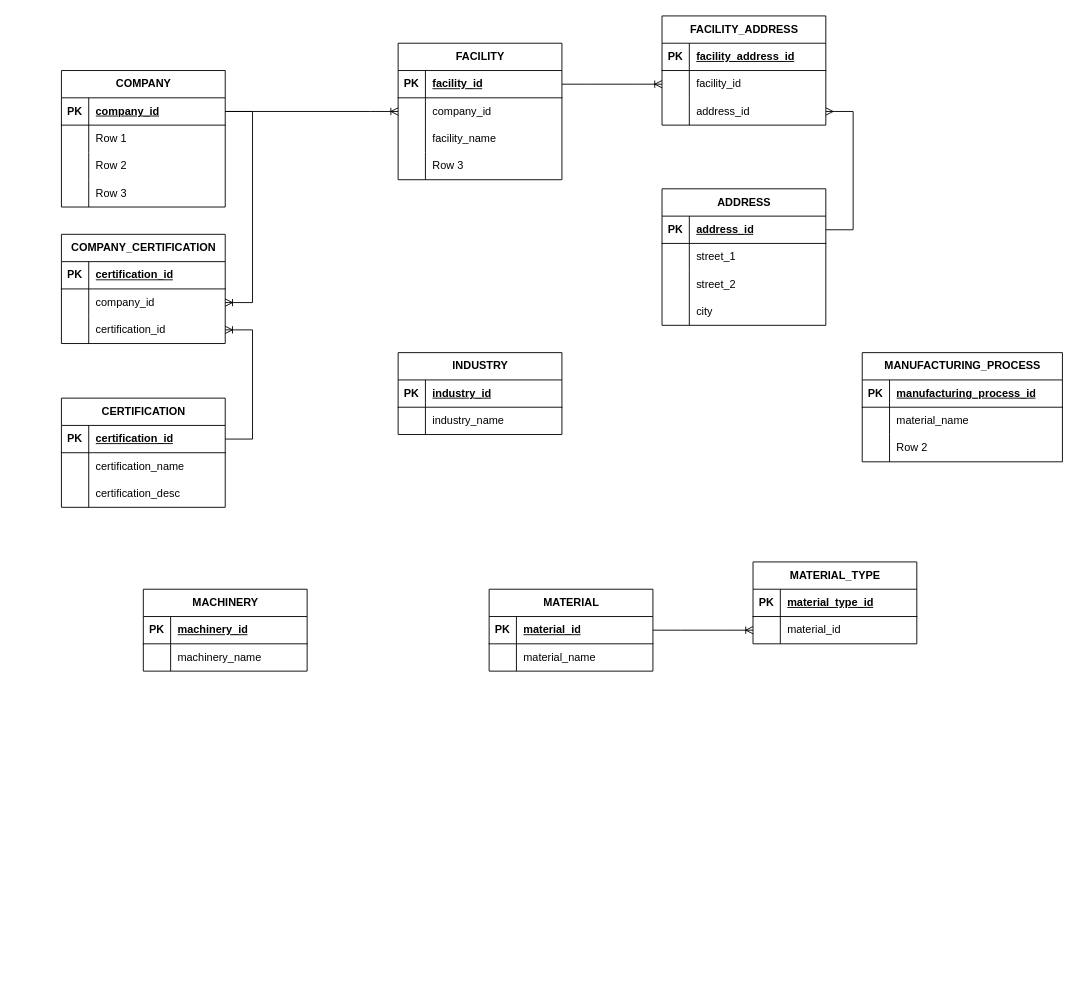
MFR-org/infrastructure-docs keeps this draw.io diagram as DB.drawio. Above is the earlier version. Source tidied: cells renumbered, new cells numbered last; positions are measured from the earlier drawing's top-left corner, leaving out a move shared by most shapes. Both pictures are drawn from the tidied source at 91%, with x=0, y=0 at pixel (61, 15).
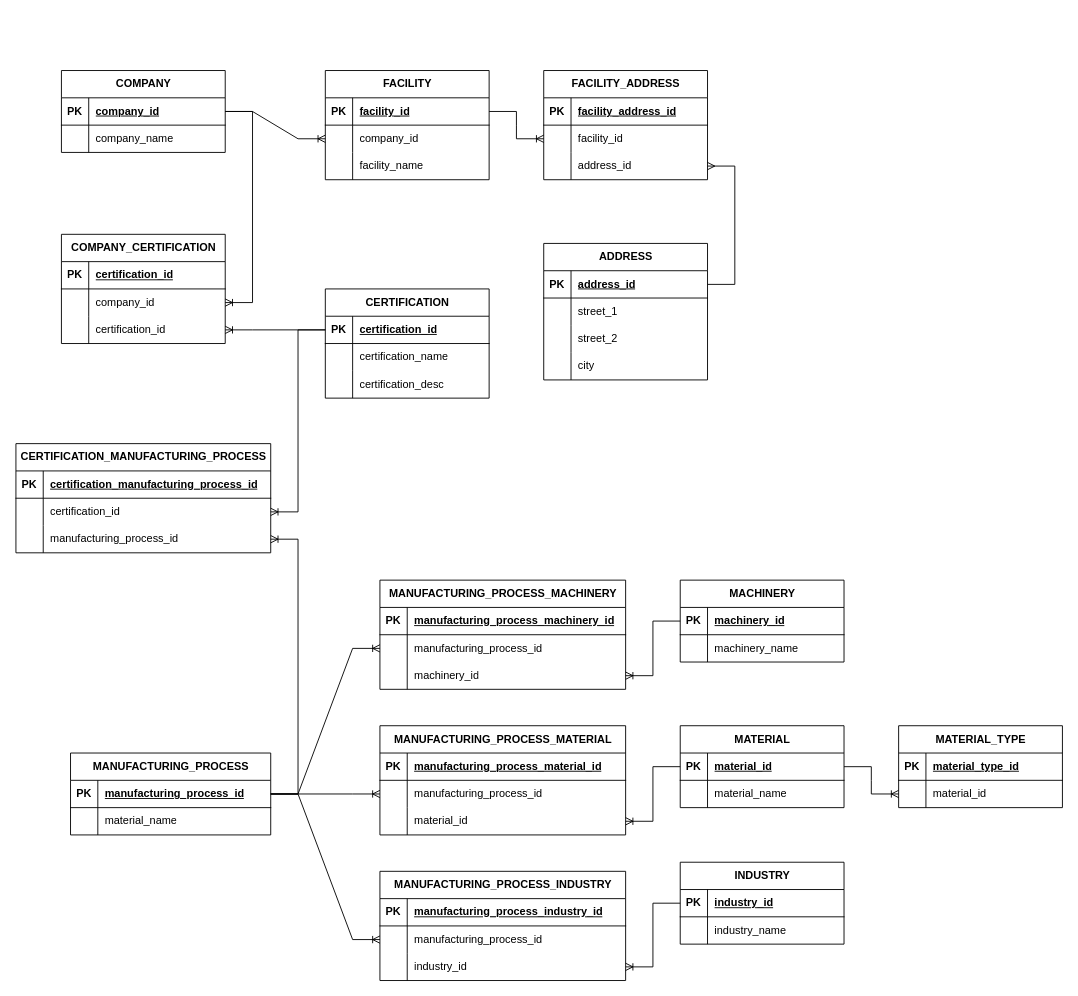
The same page after the edit.

Unchanged cells that the change refers to:
```xml
<mxCell id="6" style="shape=tableRow;horizontal=0;startSize=0;swimlaneHead=0;swimlaneBody=0;fillColor=none;top=0;left=0;right=0;bottom=0;" parent="2" vertex="1">
  <mxGeometry y="60" width="180" height="30" as="geometry" />
</mxCell>
<mxCell id="30" style="shape=tableRow;horizontal=0;startSize=0;swimlaneHead=0;swimlaneBody=0;fillColor=none;points=[[0,0.5],[1,0.5]];portConstraint=eastwest;top=0;left=0;right=0;bottom=1;" parent="29" vertex="1">
  <mxGeometry y="30" width="180" height="30" as="geometry" />
</mxCell>
<mxCell id="37" style="shape=tableRow;horizontal=0;startSize=0;swimlaneHead=0;swimlaneBody=0;fillColor=none;points=[[0,0.5],[1,0.5]];portConstraint=eastwest;top=0;left=0;right=0;bottom=1;" parent="36" vertex="1">
  <mxGeometry y="30" width="180" height="30" as="geometry" />
</mxCell>
<mxCell id="44" style="shape=tableRow;horizontal=0;startSize=0;swimlaneHead=0;swimlaneBody=0;fillColor=none;points=[[0,0.5],[1,0.5]];portConstraint=eastwest;top=0;left=0;right=0;bottom=1;" parent="43" vertex="1">
  <mxGeometry y="30" width="180" height="30" as="geometry" />
</mxCell>
<mxCell id="51" style="shape=tableRow;horizontal=0;startSize=0;swimlaneHead=0;swimlaneBody=0;fillColor=none;points=[[0,0.5],[1,0.5]];portConstraint=eastwest;top=0;left=0;right=0;bottom=1;" parent="50" vertex="1">
  <mxGeometry y="30" width="180" height="30" as="geometry" />
</mxCell>
<mxCell id="67" style="shape=tableRow;horizontal=0;startSize=0;swimlaneHead=0;swimlaneBody=0;fillColor=none;points=[[0,0.5],[1,0.5]];portConstraint=eastwest;top=0;left=0;right=0;bottom=0;" parent="60" vertex="1">
  <mxGeometry y="90" width="180" height="30" as="geometry" />
</mxCell>
<mxCell id="98" style="shape=tableRow;horizontal=0;startSize=0;swimlaneHead=0;swimlaneBody=0;fillColor=none;points=[[0,0.5],[1,0.5]];portConstraint=eastwest;top=0;left=0;right=0;bottom=1;" parent="97" vertex="1">
  <mxGeometry y="30" width="220" height="30" as="geometry" />
</mxCell>
```

The edit, as a diff of the source:
```diff
@@
     <mxCell id="2" value="COMPANY" style="shape=table;startSize=30;childLayout=tableLayout;rowLines=0;fontStyle=1;align=center;html=1;" parent="1" vertex="1">
-      <mxGeometry y="60" width="180" height="150" as="geometry" />
+      <mxGeometry y="60" width="180" height="90" as="geometry" />
     </mxCell>
@@
-    <mxCell id="8" value="Row 1" style="shape=partialRectangle;fillColor=none;top=0;left=0;bottom=0;right=0;align=left;spacingLeft=6;overflow=hidden;whiteSpace=wrap;html=1;" parent="6" vertex="1">
+    <mxCell id="8" value="company_name" style="shape=partialRectangle;fillColor=none;top=0;left=0;bottom=0;right=0;align=left;spacingLeft=6;overflow=hidden;whiteSpace=wrap;html=1;" parent="6" vertex="1">
       <mxGeometry x="30" width="150" height="30" as="geometry" />
     </mxCell>
-    <mxCell id="9" style="shape=tableRow;horizontal=0;startSize=0;swimlaneHead=0;swimlaneBody=0;fillColor=none;top=0;left=0;right=0;bottom=0;" parent="2" vertex="1">
-      <mxGeometry y="90" width="180" height="30" as="geometry" />
-    </mxCell>
-    <mxCell id="10" style="shape=partialRectangle;fillColor=none;top=0;left=0;bottom=0;right=0;overflow=hidden;whiteSpace=wrap;html=1;" parent="9" vertex="1">
-      <mxGeometry width="30" height="30" as="geometry" />
-    </mxCell>
-    <mxCell id="11" value="Row 2" style="shape=partialRectangle;fillColor=none;top=0;left=0;bottom=0;right=0;align=left;spacingLeft=6;overflow=hidden;whiteSpace=wrap;html=1;" parent="9" vertex="1">
-      <mxGeometry x="30" width="150" height="30" as="geometry" />
-    </mxCell>
-    <mxCell id="12" style="shape=tableRow;horizontal=0;startSize=0;swimlaneHead=0;swimlaneBody=0;fillColor=none;top=0;left=0;right=0;bottom=0;" parent="2" vertex="1">
-      <mxGeometry y="120" width="180" height="30" as="geometry" />
-    </mxCell>
-    <mxCell id="13" style="shape=partialRectangle;fillColor=none;top=0;left=0;bottom=0;right=0;overflow=hidden;whiteSpace=wrap;html=1;" parent="12" vertex="1">
-      <mxGeometry width="30" height="30" as="geometry" />
-    </mxCell>
-    <mxCell id="14" value="Row 3" style="shape=partialRectangle;fillColor=none;top=0;left=0;bottom=0;right=0;align=left;spacingLeft=6;overflow=hidden;whiteSpace=wrap;html=1;" parent="12" vertex="1">
-      <mxGeometry x="30" width="150" height="30" as="geometry" />
-    </mxCell>
     <mxCell id="15" value="FACILITY" style="shape=table;startSize=30;childLayout=tableLayout;rowLines=0;fontStyle=1;align=center;html=1;" parent="1" vertex="1">
-      <mxGeometry x="370" y="30" width="180" height="150" as="geometry" />
+      <mxGeometry x="290" y="60" width="180" height="120" as="geometry" />
     </mxCell>
@@
-    <mxCell id="25" style="shape=tableRow;horizontal=0;startSize=0;swimlaneHead=0;swimlaneBody=0;fillColor=none;top=0;left=0;right=0;bottom=0;" parent="15" vertex="1">
-      <mxGeometry y="120" width="180" height="30" as="geometry" />
-    </mxCell>
-    <mxCell id="26" style="shape=partialRectangle;fillColor=none;top=0;left=0;bottom=0;right=0;overflow=hidden;whiteSpace=wrap;html=1;" parent="25" vertex="1">
-      <mxGeometry width="30" height="30" as="geometry" />
-    </mxCell>
-    <mxCell id="27" value="Row 3" style="shape=partialRectangle;fillColor=none;top=0;left=0;bottom=0;right=0;align=left;spacingLeft=6;overflow=hidden;whiteSpace=wrap;html=1;" parent="25" vertex="1">
-      <mxGeometry x="30" width="150" height="30" as="geometry" />
-    </mxCell>
@@
     <mxCell id="29" value="INDUSTRY" style="shape=table;startSize=30;childLayout=tableLayout;rowLines=0;fontStyle=1;align=center;html=1;" parent="1" vertex="1">
-      <mxGeometry x="370" y="370" width="180" height="90" as="geometry" />
+      <mxGeometry x="680" y="930" width="180" height="90" as="geometry" />
     </mxCell>
@@
     <mxCell id="36" value="MATERIAL" style="shape=table;startSize=30;childLayout=tableLayout;rowLines=0;fontStyle=1;align=center;html=1;" parent="1" vertex="1">
-      <mxGeometry x="470" y="630" width="180" height="90" as="geometry" />
+      <mxGeometry x="680" y="780" width="180" height="90" as="geometry" />
     </mxCell>
@@
     <mxCell id="43" value="MACHINERY" style="shape=table;startSize=30;childLayout=tableLayout;rowLines=0;fontStyle=1;align=center;html=1;" parent="1" vertex="1">
-      <mxGeometry x="90" y="630" width="180" height="90" as="geometry" />
+      <mxGeometry x="680" y="620" width="180" height="90" as="geometry" />
     </mxCell>
@@
     <mxCell id="50" value="CERTIFICATION" style="shape=table;startSize=30;childLayout=tableLayout;rowLines=0;fontStyle=1;align=center;html=1;" parent="1" vertex="1">
-      <mxGeometry y="420" width="180" height="120" as="geometry" />
+      <mxGeometry x="290" y="300" width="180" height="120" as="geometry" />
     </mxCell>
@@
-    <mxCell id="71" style="edgeStyle=entityRelationEdgeStyle;fontSize=12;html=1;endArrow=ERoneToMany;rounded=0;exitX=1;exitY=0.5;exitDx=0;exitDy=0;entryX=1;entryY=0.5;entryDx=0;entryDy=0;" parent="1" edge="1" source="51" target="67">
+    <mxCell id="71" style="edgeStyle=entityRelationEdgeStyle;fontSize=12;html=1;endArrow=ERoneToMany;rounded=0;exitX=0;exitY=0.5;exitDx=0;exitDy=0;entryX=1;entryY=0.5;entryDx=0;entryDy=0;" parent="1" edge="1" source="51" target="67">
       <mxGeometry relative="1" as="geometry" />
     </mxCell>
     <mxCell id="72" value="ADDRESS" style="shape=table;startSize=30;childLayout=tableLayout;rowLines=0;fontStyle=1;align=center;html=1;" parent="1" vertex="1">
-      <mxGeometry x="660" y="190" width="180" height="150" as="geometry" />
+      <mxGeometry x="530" y="250" width="180" height="150" as="geometry" />
     </mxCell>
@@
     <mxCell id="85" value="FACILITY_ADDRESS" style="shape=table;startSize=30;childLayout=tableLayout;rowLines=0;fontStyle=1;align=center;html=1;" parent="1" vertex="1">
-      <mxGeometry x="660" width="180" height="120" as="geometry" />
+      <mxGeometry x="530" y="60" width="180" height="120" as="geometry" />
     </mxCell>
@@
     <mxCell id="97" value="MANUFACTURING_PROCESS" style="shape=table;startSize=30;childLayout=tableLayout;rowLines=0;fontStyle=1;align=center;html=1;" parent="1" vertex="1">
-      <mxGeometry x="880" y="370" width="220" height="120" as="geometry" />
+      <mxGeometry x="10" y="810" width="220" height="90" as="geometry" />
     </mxCell>
@@
-    <mxCell id="104" style="shape=tableRow;horizontal=0;startSize=0;swimlaneHead=0;swimlaneBody=0;fillColor=none;top=0;left=0;right=0;bottom=0;" parent="97" vertex="1">
-      <mxGeometry y="90" width="220" height="30" as="geometry" />
-    </mxCell>
-    <mxCell id="105" style="shape=partialRectangle;fillColor=none;top=0;left=0;bottom=0;right=0;overflow=hidden;whiteSpace=wrap;html=1;" parent="104" vertex="1">
-      <mxGeometry width="30" height="30" as="geometry" />
-    </mxCell>
-    <mxCell id="106" value="Row 2" style="shape=partialRectangle;fillColor=none;top=0;left=0;bottom=0;right=0;align=left;spacingLeft=6;overflow=hidden;whiteSpace=wrap;html=1;" parent="104" vertex="1">
-      <mxGeometry x="30" width="190" height="30" as="geometry" />
-    </mxCell>
     <mxCell id="107" value="MATERIAL_TYPE" style="shape=table;startSize=30;childLayout=tableLayout;rowLines=0;fontStyle=1;align=center;html=1;" parent="1" vertex="1">
-      <mxGeometry x="760" y="600" width="180" height="90" as="geometry" />
+      <mxGeometry x="920" y="780" width="180" height="90" as="geometry" />
     </mxCell>
@@
+    <mxCell id="115" value="MANUFACTURING_PROCESS_MATERIAL" style="shape=table;startSize=30;childLayout=tableLayout;rowLines=0;fontStyle=1;align=center;html=1;" parent="1" vertex="1">
+      <mxGeometry x="350" y="780" width="270" height="120" as="geometry" />
+    </mxCell>
+    <mxCell id="116" style="shape=tableRow;horizontal=0;startSize=0;swimlaneHead=0;swimlaneBody=0;fillColor=none;top=0;left=0;right=0;bottom=1;" parent="115" vertex="1">
+      <mxGeometry y="30" width="270" height="30" as="geometry" />
+    </mxCell>
+    <mxCell id="117" value="PK" style="shape=partialRectangle;fillColor=none;top=0;left=0;bottom=0;right=0;fontStyle=1;overflow=hidden;whiteSpace=wrap;html=1;" parent="116" vertex="1">
+      <mxGeometry width="30" height="30" as="geometry" />
+    </mxCell>
+    <mxCell id="118" value="manufacturing_process_material_id" style="shape=partialRectangle;fillColor=none;top=0;left=0;bottom=0;right=0;align=left;spacingLeft=6;fontStyle=5;overflow=hidden;whiteSpace=wrap;html=1;" parent="116" vertex="1">
+      <mxGeometry x="30" width="240" height="30" as="geometry" />
+    </mxCell>
+    <mxCell id="119" style="shape=tableRow;horizontal=0;startSize=0;swimlaneHead=0;swimlaneBody=0;fillColor=none;points=[[0,0.5],[1,0.5]];portConstraint=eastwest;top=0;left=0;right=0;bottom=0;" parent="115" vertex="1">
+      <mxGeometry y="60" width="270" height="30" as="geometry" />
+    </mxCell>
+    <mxCell id="120" style="shape=partialRectangle;fillColor=none;top=0;left=0;bottom=0;right=0;overflow=hidden;whiteSpace=wrap;html=1;" parent="119" vertex="1">
+      <mxGeometry width="30" height="30" as="geometry" />
+    </mxCell>
+    <mxCell id="121" value="manufacturing_process_id" style="shape=partialRectangle;fillColor=none;top=0;left=0;bottom=0;right=0;align=left;spacingLeft=6;overflow=hidden;whiteSpace=wrap;html=1;" parent="119" vertex="1">
+      <mxGeometry x="30" width="240" height="30" as="geometry" />
+    </mxCell>
+    <mxCell id="122" style="shape=tableRow;horizontal=0;startSize=0;swimlaneHead=0;swimlaneBody=0;fillColor=none;points=[[0,0.5],[1,0.5]];portConstraint=eastwest;top=0;left=0;right=0;bottom=0;" parent="115" vertex="1">
+      <mxGeometry y="90" width="270" height="30" as="geometry" />
+    </mxCell>
+    <mxCell id="123" style="shape=partialRectangle;fillColor=none;top=0;left=0;bottom=0;right=0;overflow=hidden;whiteSpace=wrap;html=1;" parent="122" vertex="1">
+      <mxGeometry width="30" height="30" as="geometry" />
+    </mxCell>
+    <mxCell id="124" value="material_id" style="shape=partialRectangle;fillColor=none;top=0;left=0;bottom=0;right=0;align=left;spacingLeft=6;overflow=hidden;whiteSpace=wrap;html=1;" parent="122" vertex="1">
+      <mxGeometry x="30" width="240" height="30" as="geometry" />
+    </mxCell>
+    <mxCell id="125" style="edgeStyle=entityRelationEdgeStyle;fontSize=12;html=1;endArrow=ERoneToMany;rounded=0;exitX=1;exitY=0.5;exitDx=0;exitDy=0;entryX=0;entryY=0.5;entryDx=0;entryDy=0;" parent="1" edge="1" source="98" target="119">
+      <mxGeometry relative="1" as="geometry" />
+    </mxCell>
+    <mxCell id="126" style="edgeStyle=entityRelationEdgeStyle;fontSize=12;html=1;endArrow=ERoneToMany;rounded=0;exitX=0;exitY=0.5;exitDx=0;exitDy=0;entryX=1;entryY=0.5;entryDx=0;entryDy=0;" parent="1" edge="1" source="37" target="122">
+      <mxGeometry relative="1" as="geometry" />
+    </mxCell>
+    <mxCell id="127" value="MANUFACTURING_PROCESS_INDUSTRY" style="shape=table;startSize=30;childLayout=tableLayout;rowLines=0;fontStyle=1;align=center;html=1;" parent="1" vertex="1">
+      <mxGeometry x="350" y="940" width="270" height="120" as="geometry" />
+    </mxCell>
+    <mxCell id="128" style="shape=tableRow;horizontal=0;startSize=0;swimlaneHead=0;swimlaneBody=0;fillColor=none;top=0;left=0;right=0;bottom=1;" parent="127" vertex="1">
+      <mxGeometry y="30" width="270" height="30" as="geometry" />
+    </mxCell>
+    <mxCell id="129" value="PK" style="shape=partialRectangle;fillColor=none;top=0;left=0;bottom=0;right=0;fontStyle=1;overflow=hidden;whiteSpace=wrap;html=1;" parent="128" vertex="1">
+      <mxGeometry width="30" height="30" as="geometry" />
+    </mxCell>
+    <mxCell id="130" value="manufacturing_process_industry_id" style="shape=partialRectangle;fillColor=none;top=0;left=0;bottom=0;right=0;align=left;spacingLeft=6;fontStyle=5;overflow=hidden;whiteSpace=wrap;html=1;" parent="128" vertex="1">
+      <mxGeometry x="30" width="240" height="30" as="geometry" />
+    </mxCell>
+    <mxCell id="131" style="shape=tableRow;horizontal=0;startSize=0;swimlaneHead=0;swimlaneBody=0;fillColor=none;points=[[0,0.5],[1,0.5]];portConstraint=eastwest;top=0;left=0;right=0;bottom=0;" parent="127" vertex="1">
+      <mxGeometry y="60" width="270" height="30" as="geometry" />
+    </mxCell>
+    <mxCell id="132" style="shape=partialRectangle;fillColor=none;top=0;left=0;bottom=0;right=0;overflow=hidden;whiteSpace=wrap;html=1;" parent="131" vertex="1">
+      <mxGeometry width="30" height="30" as="geometry" />
+    </mxCell>
+    <mxCell id="133" value="manufacturing_process_id" style="shape=partialRectangle;fillColor=none;top=0;left=0;bottom=0;right=0;align=left;spacingLeft=6;overflow=hidden;whiteSpace=wrap;html=1;" parent="131" vertex="1">
+      <mxGeometry x="30" width="240" height="30" as="geometry" />
+    </mxCell>
+    <mxCell id="134" style="shape=tableRow;horizontal=0;startSize=0;swimlaneHead=0;swimlaneBody=0;fillColor=none;points=[[0,0.5],[1,0.5]];portConstraint=eastwest;top=0;left=0;right=0;bottom=0;" parent="127" vertex="1">
+      <mxGeometry y="90" width="270" height="30" as="geometry" />
+    </mxCell>
+    <mxCell id="135" style="shape=partialRectangle;fillColor=none;top=0;left=0;bottom=0;right=0;overflow=hidden;whiteSpace=wrap;html=1;" parent="134" vertex="1">
+      <mxGeometry width="30" height="30" as="geometry" />
+    </mxCell>
+    <mxCell id="136" value="industry_id" style="shape=partialRectangle;fillColor=none;top=0;left=0;bottom=0;right=0;align=left;spacingLeft=6;overflow=hidden;whiteSpace=wrap;html=1;" parent="134" vertex="1">
+      <mxGeometry x="30" width="240" height="30" as="geometry" />
+    </mxCell>
+    <mxCell id="137" style="edgeStyle=entityRelationEdgeStyle;fontSize=12;html=1;endArrow=ERoneToMany;rounded=0;exitX=1;exitY=0.5;exitDx=0;exitDy=0;entryX=0;entryY=0.5;entryDx=0;entryDy=0;" parent="1" edge="1" source="98" target="131">
+      <mxGeometry relative="1" as="geometry" />
+    </mxCell>
+    <mxCell id="138" style="edgeStyle=entityRelationEdgeStyle;fontSize=12;html=1;endArrow=ERoneToMany;rounded=0;exitX=0;exitY=0.5;exitDx=0;exitDy=0;entryX=1;entryY=0.5;entryDx=0;entryDy=0;" parent="1" edge="1" source="30" target="134">
+      <mxGeometry relative="1" as="geometry" />
+    </mxCell>
+    <mxCell id="139" value="MANUFACTURING_PROCESS_MACHINERY" style="shape=table;startSize=30;childLayout=tableLayout;rowLines=0;fontStyle=1;align=center;html=1;" parent="1" vertex="1">
+      <mxGeometry x="350" y="620" width="270" height="120" as="geometry" />
+    </mxCell>
+    <mxCell id="140" style="shape=tableRow;horizontal=0;startSize=0;swimlaneHead=0;swimlaneBody=0;fillColor=none;top=0;left=0;right=0;bottom=1;" parent="139" vertex="1">
+      <mxGeometry y="30" width="270" height="30" as="geometry" />
+    </mxCell>
+    <mxCell id="141" value="PK" style="shape=partialRectangle;fillColor=none;top=0;left=0;bottom=0;right=0;fontStyle=1;overflow=hidden;whiteSpace=wrap;html=1;" parent="140" vertex="1">
+      <mxGeometry width="30" height="30" as="geometry" />
+    </mxCell>
+    <mxCell id="142" value="manufacturing_process_machinery_id" style="shape=partialRectangle;fillColor=none;top=0;left=0;bottom=0;right=0;align=left;spacingLeft=6;fontStyle=5;overflow=hidden;whiteSpace=wrap;html=1;" parent="140" vertex="1">
+      <mxGeometry x="30" width="240" height="30" as="geometry" />
+    </mxCell>
+    <mxCell id="143" style="shape=tableRow;horizontal=0;startSize=0;swimlaneHead=0;swimlaneBody=0;fillColor=none;points=[[0,0.5],[1,0.5]];portConstraint=eastwest;top=0;left=0;right=0;bottom=0;" parent="139" vertex="1">
+      <mxGeometry y="60" width="270" height="30" as="geometry" />
+    </mxCell>
+    <mxCell id="144" style="shape=partialRectangle;fillColor=none;top=0;left=0;bottom=0;right=0;overflow=hidden;whiteSpace=wrap;html=1;" parent="143" vertex="1">
+      <mxGeometry width="30" height="30" as="geometry" />
+    </mxCell>
+    <mxCell id="145" value="manufacturing_process_id" style="shape=partialRectangle;fillColor=none;top=0;left=0;bottom=0;right=0;align=left;spacingLeft=6;overflow=hidden;whiteSpace=wrap;html=1;" parent="143" vertex="1">
+      <mxGeometry x="30" width="240" height="30" as="geometry" />
+    </mxCell>
+    <mxCell id="146" style="shape=tableRow;horizontal=0;startSize=0;swimlaneHead=0;swimlaneBody=0;fillColor=none;points=[[0,0.5],[1,0.5]];portConstraint=eastwest;top=0;left=0;right=0;bottom=0;" parent="139" vertex="1">
+      <mxGeometry y="90" width="270" height="30" as="geometry" />
+    </mxCell>
+    <mxCell id="147" style="shape=partialRectangle;fillColor=none;top=0;left=0;bottom=0;right=0;overflow=hidden;whiteSpace=wrap;html=1;" parent="146" vertex="1">
+      <mxGeometry width="30" height="30" as="geometry" />
+    </mxCell>
+    <mxCell id="148" value="machinery_id" style="shape=partialRectangle;fillColor=none;top=0;left=0;bottom=0;right=0;align=left;spacingLeft=6;overflow=hidden;whiteSpace=wrap;html=1;" parent="146" vertex="1">
+      <mxGeometry x="30" width="240" height="30" as="geometry" />
+    </mxCell>
+    <mxCell id="149" style="edgeStyle=entityRelationEdgeStyle;fontSize=12;html=1;endArrow=ERoneToMany;rounded=0;exitX=1;exitY=0.5;exitDx=0;exitDy=0;entryX=0;entryY=0.5;entryDx=0;entryDy=0;" parent="1" edge="1" source="98" target="143">
+      <mxGeometry relative="1" as="geometry" />
+    </mxCell>
+    <mxCell id="150" style="edgeStyle=entityRelationEdgeStyle;fontSize=12;html=1;endArrow=ERoneToMany;rounded=0;exitX=0;exitY=0.5;exitDx=0;exitDy=0;entryX=1;entryY=0.5;entryDx=0;entryDy=0;" parent="1" edge="1" source="44" target="146">
+      <mxGeometry relative="1" as="geometry" />
+    </mxCell>
+    <mxCell id="151" value="CERTIFICATION_MANUFACTURING_PROCESS" style="shape=table;startSize=30;childLayout=tableLayout;rowLines=0;fontStyle=1;align=center;html=1;" parent="1" vertex="1">
+      <mxGeometry x="-50" y="470" width="280" height="120" as="geometry" />
+    </mxCell>
+    <mxCell id="152" style="shape=tableRow;horizontal=0;startSize=0;swimlaneHead=0;swimlaneBody=0;fillColor=none;points=[[0,0.5],[1,0.5]];portConstraint=eastwest;top=0;left=0;right=0;bottom=1;" parent="151" vertex="1">
+      <mxGeometry y="30" width="280" height="30" as="geometry" />
+    </mxCell>
+    <mxCell id="153" value="PK" style="shape=partialRectangle;fillColor=none;top=0;left=0;bottom=0;right=0;fontStyle=1;overflow=hidden;whiteSpace=wrap;html=1;" parent="152" vertex="1">
+      <mxGeometry width="30" height="30" as="geometry" />
+    </mxCell>
+    <mxCell id="154" value="certification_manufacturing_process_id" style="shape=partialRectangle;fillColor=none;top=0;left=0;bottom=0;right=0;align=left;spacingLeft=6;fontStyle=5;overflow=hidden;whiteSpace=wrap;html=1;" parent="152" vertex="1">
+      <mxGeometry x="30" width="250" height="30" as="geometry" />
+    </mxCell>
+    <mxCell id="155" style="shape=tableRow;horizontal=0;startSize=0;swimlaneHead=0;swimlaneBody=0;fillColor=none;points=[[0,0.5],[1,0.5]];portConstraint=eastwest;top=0;left=0;right=0;bottom=0;" parent="151" vertex="1">
+      <mxGeometry y="60" width="280" height="30" as="geometry" />
+    </mxCell>
+    <mxCell id="156" style="shape=partialRectangle;fillColor=none;top=0;left=0;bottom=0;right=0;overflow=hidden;whiteSpace=wrap;html=1;" parent="155" vertex="1">
+      <mxGeometry width="30" height="30" as="geometry" />
+    </mxCell>
+    <mxCell id="157" value="certification_id" style="shape=partialRectangle;fillColor=none;top=0;left=0;bottom=0;right=0;align=left;spacingLeft=6;overflow=hidden;whiteSpace=wrap;html=1;" parent="155" vertex="1">
+      <mxGeometry x="30" width="250" height="30" as="geometry" />
+    </mxCell>
+    <mxCell id="158" style="shape=tableRow;horizontal=0;startSize=0;swimlaneHead=0;swimlaneBody=0;fillColor=none;points=[[0,0.5],[1,0.5]];portConstraint=eastwest;top=0;left=0;right=0;bottom=0;" parent="151" vertex="1">
+      <mxGeometry y="90" width="280" height="30" as="geometry" />
+    </mxCell>
+    <mxCell id="159" style="shape=partialRectangle;fillColor=none;top=0;left=0;bottom=0;right=0;overflow=hidden;whiteSpace=wrap;html=1;" parent="158" vertex="1">
+      <mxGeometry width="30" height="30" as="geometry" />
+    </mxCell>
+    <mxCell id="160" value="manufacturing_process_id" style="shape=partialRectangle;fillColor=none;top=0;left=0;bottom=0;right=0;align=left;spacingLeft=6;overflow=hidden;whiteSpace=wrap;html=1;" parent="158" vertex="1">
+      <mxGeometry x="30" width="250" height="30" as="geometry" />
+    </mxCell>
+    <mxCell id="161" style="edgeStyle=orthogonalEdgeStyle;rounded=0;orthogonalLoop=1;jettySize=auto;html=1;exitX=1;exitY=0.5;exitDx=0;exitDy=0;" parent="151" edge="1" source="152" target="152">
+      <mxGeometry relative="1" as="geometry" />
+    </mxCell>
+    <mxCell id="162" style="edgeStyle=entityRelationEdgeStyle;fontSize=12;html=1;endArrow=ERoneToMany;rounded=0;exitX=0;exitY=0.5;exitDx=0;exitDy=0;entryX=1;entryY=0.5;entryDx=0;entryDy=0;" parent="1" edge="1" source="51" target="155">
+      <mxGeometry relative="1" as="geometry">
+        <Array as="points">
+          <mxPoint x="260" y="340" />
+          <mxPoint x="290" y="450" />
+          <mxPoint x="210" y="440" />
+        </Array>
+      </mxGeometry>
+    </mxCell>
+    <mxCell id="163" style="edgeStyle=entityRelationEdgeStyle;fontSize=12;html=1;endArrow=ERoneToMany;rounded=0;exitX=1;exitY=0.5;exitDx=0;exitDy=0;entryX=1;entryY=0.5;entryDx=0;entryDy=0;" parent="1" edge="1" source="98" target="158">
+      <mxGeometry relative="1" as="geometry">
+        <Array as="points">
+          <mxPoint x="320" y="650" />
+        </Array>
+      </mxGeometry>
+    </mxCell>
```
